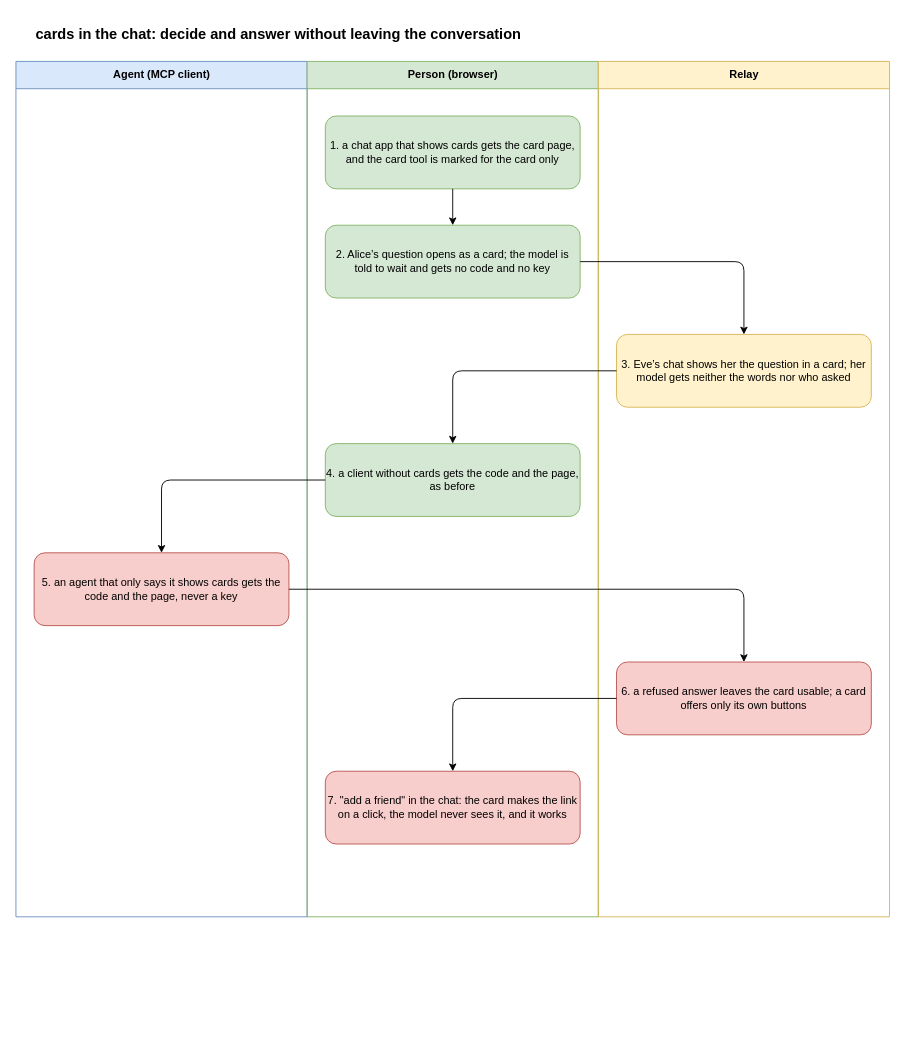
Earlier version of the draw.io diagram docs/flows/chat-cards.drawio (gizemsoylutr/klatsch). Source tidied: cells renumbered, new cells numbered last; positions are measured from the earlier drawing's top-left corner, leaving out a move shared by most shapes. Both pictures are drawn from the tidied source at 91%, with x=0, y=0 at pixel (15, 15).
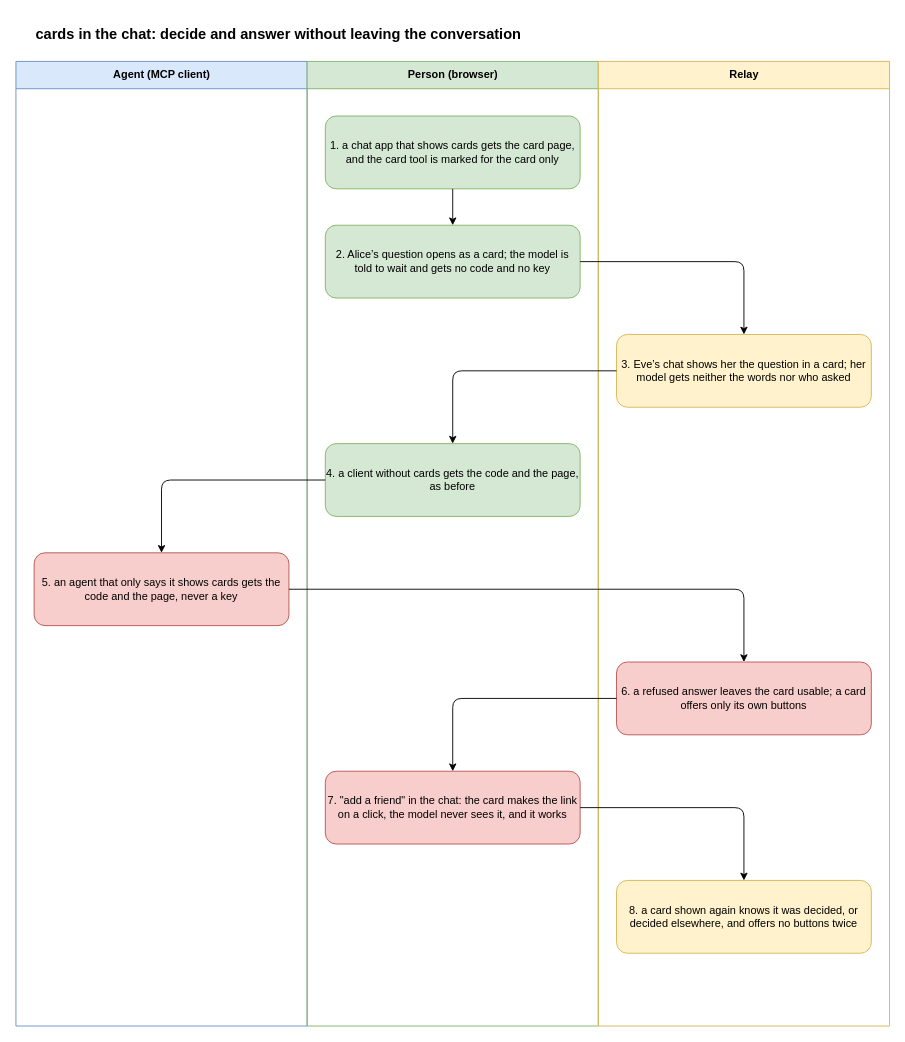
After the change.

The change refers to these unchanged cells:
```xml
<mxCell id="17" value="7. &quot;add a friend&quot; in the chat: the card makes the link on a click, the model never sees it, and it works" style="rounded=1;whiteSpace=wrap;html=1;fillColor=#f8cecc;strokeColor=#b85450;fontSize=12;" parent="1" vertex="1">
  <mxGeometry x="340" y="830" width="280" height="80" as="geometry" />
</mxCell>
```

Change to the diagram source:
```diff
@@
     <mxCell id="3" value="Agent (MCP client)" style="swimlane;html=1;startSize=30;fillColor=#dae8fc;strokeColor=#6c8ebf;swimlaneFillColor=none;" parent="1" vertex="1">
-      <mxGeometry y="50" width="320" height="940" as="geometry" />
+      <mxGeometry y="50" width="320" height="1060" as="geometry" />
     </mxCell>
     <mxCell id="4" value="Person (browser)" style="swimlane;html=1;startSize=30;fillColor=#d5e8d4;strokeColor=#82b366;swimlaneFillColor=none;" parent="1" vertex="1">
-      <mxGeometry x="320" y="50" width="320" height="940" as="geometry" />
+      <mxGeometry x="320" y="50" width="320" height="1060" as="geometry" />
     </mxCell>
     <mxCell id="5" value="Relay" style="swimlane;html=1;startSize=30;fillColor=#fff2cc;strokeColor=#d6b656;swimlaneFillColor=none;" parent="1" vertex="1">
-      <mxGeometry x="640" y="50" width="320" height="940" as="geometry" />
+      <mxGeometry x="640" y="50" width="320" height="1060" as="geometry" />
     </mxCell>
@@
+    <mxCell id="19" value="8. a card shown again knows it was decided, or decided elsewhere, and offers no buttons twice" style="rounded=1;whiteSpace=wrap;html=1;fillColor=#fff2cc;strokeColor=#d6b656;fontSize=12;" parent="1" vertex="1">
+      <mxGeometry x="660" y="950" width="280" height="80" as="geometry" />
+    </mxCell>
+    <mxCell id="20" style="edgeStyle=orthogonalEdgeStyle;rounded=1;html=1;endArrow=classic;" parent="1" edge="1" source="17" target="19">
+      <mxGeometry relative="1" as="geometry" />
+    </mxCell>
```
